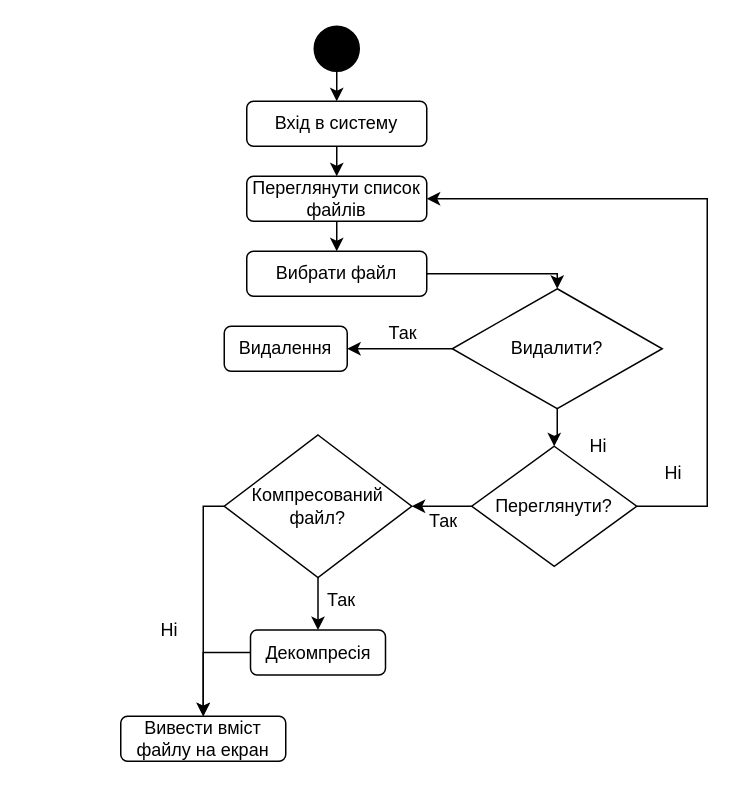
Before: assets/Untitled Diagram.drawio in PetroKok/ssr, a draw.io diagram. Source tidied: cells renumbered, new cells numbered last; positions are measured from the earlier drawing's top-left corner, leaving out a move shared by most shapes. Both pictures are drawn from the tidied source at 150%, with x=0, y=0 at pixel (120, 26).
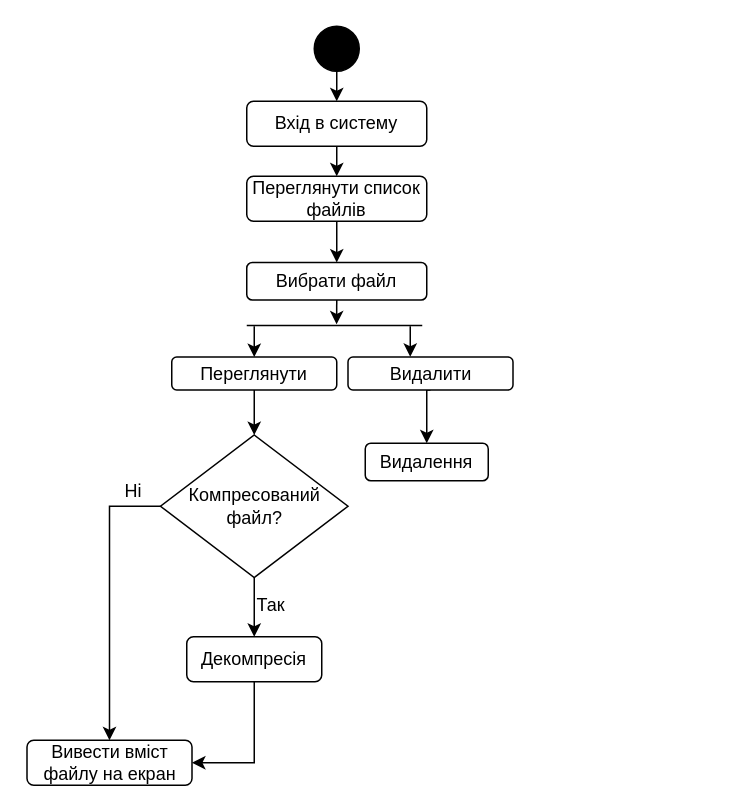
After the change.

Unchanged cells that the change refers to:
```xml
<mxCell id="6" value="Переглянути список файлів" style="rounded=1;whiteSpace=wrap;html=1;strokeColor=#000000;fillColor=#FFFFFF;" parent="1" vertex="1">
  <mxGeometry x="84" y="100" width="120" height="30" as="geometry" />
</mxCell>
```

What changed in the source:
```diff
@@
-    <mxCell id="7" style="edgeStyle=orthogonalEdgeStyle;rounded=0;jettySize=auto;html=1;entryX=0.5;entryY=0;entryDx=0;entryDy=0;" parent="1" edge="1" source="8" target="11">
-      <mxGeometry relative="1" as="geometry">
-        <Array as="points">
-          <mxPoint x="291" y="165" />
-        </Array>
-      </mxGeometry>
-    </mxCell>
+    <mxCell id="29" style="edgeStyle=orthogonalEdgeStyle;rounded=0;jettySize=auto;html=1;exitX=0.5;exitY=1;exitDx=0;exitDy=0;entryX=0.512;entryY=0.46;entryDx=0;entryDy=0;entryPerimeter=0;" parent="1" edge="1" source="8" target="30">
+      <mxGeometry relative="1" as="geometry" />
+    </mxCell>
-    <mxCell id="8" value="Вибрати файл" style="rounded=1;whiteSpace=wrap;html=1;strokeColor=#000000;fillColor=#FFFFFF;" parent="1" vertex="1">
-      <mxGeometry x="84" y="150" width="120" height="30" as="geometry" />
+    <mxCell id="8" value="Вибрати файл" style="rounded=1;whiteSpace=wrap;html=1;fontFamily=Helvetica;fontSize=12;fontColor=#000000;align=center;strokeColor=#000000;fillColor=#FFFFFF;" parent="1" vertex="1">
+      <mxGeometry x="84" y="157.5" width="120" height="25" as="geometry" />
     </mxCell>
@@
-    <mxCell id="10" style="edgeStyle=orthogonalEdgeStyle;rounded=0;jettySize=auto;html=1;entryX=0.5;entryY=0;entryDx=0;entryDy=0;" parent="1" edge="1" source="11" target="16">
-      <mxGeometry relative="1" as="geometry" />
-    </mxCell>
-    <mxCell id="11" value="Видалити?" style="rhombus;whiteSpace=wrap;html=1;strokeColor=#000000;fillColor=#FFFFFF;" parent="1" vertex="1">
-      <mxGeometry x="221" y="175" width="140" height="80" as="geometry" />
-    </mxCell>
-    <mxCell id="12" value="Ні&lt;br&gt;" style="text;html=1;align=left;verticalAlign=top;spacingTop=-4;" parent="1" vertex="1">
-      <mxGeometry x="311" y="270" width="30" height="20" as="geometry" />
-    </mxCell>
-    <mxCell id="13" style="edgeStyle=orthogonalEdgeStyle;rounded=0;jettySize=auto;html=1;entryX=1;entryY=0.5;entryDx=0;entryDy=0;exitX=0;exitY=0.5;exitDx=0;exitDy=0;" parent="1" edge="1" source="11" target="21">
-      <mxGeometry relative="1" as="geometry" />
-    </mxCell>
@@
-    <mxCell id="15" style="edgeStyle=orthogonalEdgeStyle;rounded=0;jettySize=auto;html=1;entryX=1;entryY=0.5;entryDx=0;entryDy=0;exitX=1;exitY=0.5;exitDx=0;exitDy=0;" parent="1" edge="1" source="16" target="6">
-      <mxGeometry relative="1" as="geometry">
-        <Array as="points">
-          <mxPoint x="391" y="320" />
-          <mxPoint x="391" y="115" />
-        </Array>
-      </mxGeometry>
-    </mxCell>
-    <mxCell id="16" value="Переглянути?" style="rhombus;whiteSpace=wrap;html=1;strokeColor=#000000;fillColor=#FFFFFF;" parent="1" vertex="1">
-      <mxGeometry x="234" y="280" width="110" height="80" as="geometry" />
+    <mxCell id="16" value="Переглянути" style="rounded=1;whiteSpace=wrap;html=1;fontFamily=Helvetica;fontSize=12;fontColor=#000000;align=center;strokeColor=#000000;fillColor=#FFFFFF;" parent="1" vertex="1">
+      <mxGeometry x="34" y="220.5" width="110" height="22" as="geometry" />
     </mxCell>
     <mxCell id="17" style="edgeStyle=orthogonalEdgeStyle;rounded=0;jettySize=auto;html=1;entryX=0.5;entryY=0;entryDx=0;entryDy=0;exitX=0;exitY=0.5;exitDx=0;exitDy=0;" parent="1" edge="1" source="19" target="24">
       <mxGeometry relative="1" as="geometry">
         <Array as="points">
-          <mxPoint x="55" y="320" />
+          <mxPoint x="-7" y="320" />
         </Array>
       </mxGeometry>
     </mxCell>
@@
     <mxCell id="19" value="Компресований файл?" style="rhombus;whiteSpace=wrap;html=1;strokeColor=#000000;fillColor=#FFFFFF;" parent="1" vertex="1">
-      <mxGeometry x="69" y="272.5" width="125" height="95" as="geometry" />
+      <mxGeometry x="26.5" y="272.5" width="125" height="95" as="geometry" />
     </mxCell>
-    <mxCell id="20" value="Так&lt;br&gt;" style="text;html=1;align=left;verticalAlign=top;spacingTop=-4;" parent="1" vertex="1">
-      <mxGeometry x="204" y="320" width="30" height="20" as="geometry" />
-    </mxCell>
     <mxCell id="21" value="Видалення" style="rounded=1;whiteSpace=wrap;html=1;strokeColor=#000000;fillColor=#FFFFFF;" parent="1" vertex="1">
-      <mxGeometry x="69" y="200" width="82" height="30" as="geometry" />
+      <mxGeometry x="163" y="278" width="82" height="25" as="geometry" />
     </mxCell>
-    <mxCell id="22" style="edgeStyle=orthogonalEdgeStyle;rounded=0;jettySize=auto;html=1;exitX=1;exitY=0.5;exitDx=0;exitDy=0;" parent="1" edge="1" source="23" target="24">
+    <mxCell id="22" style="edgeStyle=orthogonalEdgeStyle;rounded=0;jettySize=auto;html=1;exitX=0.5;exitY=0;exitDx=0;exitDy=0;" parent="1" edge="1" source="23" target="24">
       <mxGeometry relative="1" as="geometry">
         <Array as="points">
-          <mxPoint x="55" y="417" />
+          <mxPoint x="89" y="491" />
         </Array>
       </mxGeometry>
     </mxCell>
     <mxCell id="23" value="Декомпресія" style="rounded=1;whiteSpace=wrap;html=1;strokeColor=#000000;fillColor=#FFFFFF;direction=west;" parent="1" vertex="1">
-      <mxGeometry x="86.5" y="402.5" width="90" height="30" as="geometry" />
+      <mxGeometry x="44" y="407" width="90" height="30" as="geometry" />
     </mxCell>
     <mxCell id="24" value="Вивести вміст файлу на екран" style="rounded=1;whiteSpace=wrap;html=1;strokeColor=#000000;fillColor=#FFFFFF;" parent="1" vertex="1">
-      <mxGeometry y="460" width="110" height="30" as="geometry" />
+      <mxGeometry x="-62.5" y="476" width="110" height="30" as="geometry" />
     </mxCell>
-    <mxCell id="25" value="Ні&lt;br&gt;" style="text;html=1;align=left;verticalAlign=top;spacingTop=-4;" parent="1" vertex="1">
-      <mxGeometry x="361" y="287.5" width="30" height="20" as="geometry" />
-    </mxCell>
-    <mxCell id="26" value="Так&lt;br&gt;" style="text;html=1;align=left;verticalAlign=top;spacingTop=-4;" parent="1" vertex="1">
-      <mxGeometry x="176.5" y="195" width="30" height="20" as="geometry" />
-    </mxCell>
-    <mxCell id="27" value="Так&lt;br&gt;" style="text;html=1;align=left;verticalAlign=top;spacingTop=-4;" parent="1" vertex="1">
-      <mxGeometry x="136" y="372.5" width="30" height="20" as="geometry" />
-    </mxCell>
-    <mxCell id="28" value="Ні&lt;br&gt;" style="text;html=1;align=left;verticalAlign=top;spacingTop=-4;" parent="1" vertex="1">
-      <mxGeometry x="25" y="392.5" width="30" height="20" as="geometry" />
-    </mxCell>
+    <mxCell id="30" style="line;strokeWidth=1;fillColor=none;align=left;verticalAlign=middle;spacingTop=-1;spacingLeft=3;spacingRight=3;labelPosition=right;points=[];portConstraint=eastwest;" parent="1" vertex="1">
+      <mxGeometry x="84" y="190" width="117" height="19" as="geometry" />
+    </mxCell>
+    <mxCell id="31" style="edgeStyle=orthogonalEdgeStyle;rounded=0;jettySize=auto;html=1;entryX=0.5;entryY=0;entryDx=0;entryDy=0;" parent="1" edge="1" target="16">
+      <mxGeometry relative="1" as="geometry">
+        <mxPoint x="89" y="200" as="sourcePoint" />
+      </mxGeometry>
+    </mxCell>
+    <mxCell id="32" style="edgeStyle=orthogonalEdgeStyle;rounded=0;jettySize=auto;html=1;exitX=0.5;exitY=1;exitDx=0;exitDy=0;entryX=0.5;entryY=0;entryDx=0;entryDy=0;" parent="1" edge="1" source="33" target="21">
+      <mxGeometry relative="1" as="geometry" />
+    </mxCell>
+    <mxCell id="33" value="Видалити" style="rounded=1;whiteSpace=wrap;html=1;fontFamily=Helvetica;fontSize=12;fontColor=#000000;align=center;strokeColor=#000000;fillColor=#FFFFFF;" parent="1" vertex="1">
+      <mxGeometry x="151.5" y="220.5" width="110" height="22" as="geometry" />
+    </mxCell>
+    <mxCell id="34" style="edgeStyle=orthogonalEdgeStyle;rounded=0;orthogonalLoop=1;jettySize=auto;html=1;entryX=0.5;entryY=0;entryDx=0;entryDy=0;" parent="1" edge="1">
+      <mxGeometry relative="1" as="geometry">
+        <mxPoint x="193" y="200" as="sourcePoint" />
+        <mxPoint x="193" y="220.4" as="targetPoint" />
+      </mxGeometry>
+    </mxCell>
+    <mxCell id="35" value="Так&lt;br&gt;" style="text;html=1;align=left;verticalAlign=top;spacingTop=-4;" parent="1" vertex="1">
+      <mxGeometry x="89" y="376" width="22" height="22" as="geometry" />
+    </mxCell>
+    <mxCell id="36" value="Ні&lt;br&gt;" style="text;html=1;align=left;verticalAlign=top;spacingTop=-4;" parent="1" vertex="1">
+      <mxGeometry x="1" y="300" width="22" height="22" as="geometry" />
+    </mxCell>
```
